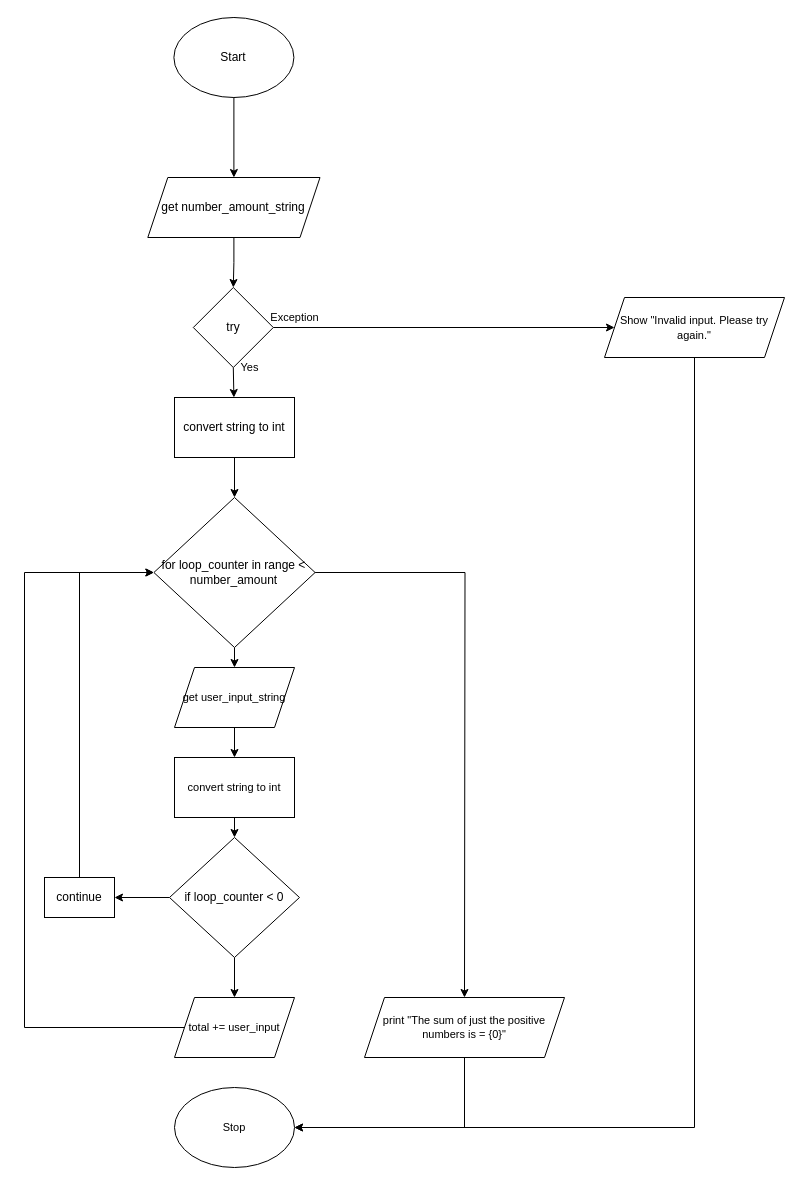
Aleksandr-Ten/ICS3U-Unit4-06-Python keeps this draw.io diagram as flowchart.drawio. Above is the earlier version. Source tidied: cells renumbered, new cells numbered last; positions are measured from the earlier drawing's top-left corner, leaving out a move shared by most shapes. Both pictures are drawn from the tidied source at 100%, with x=0, y=0 at pixel (24, 17).
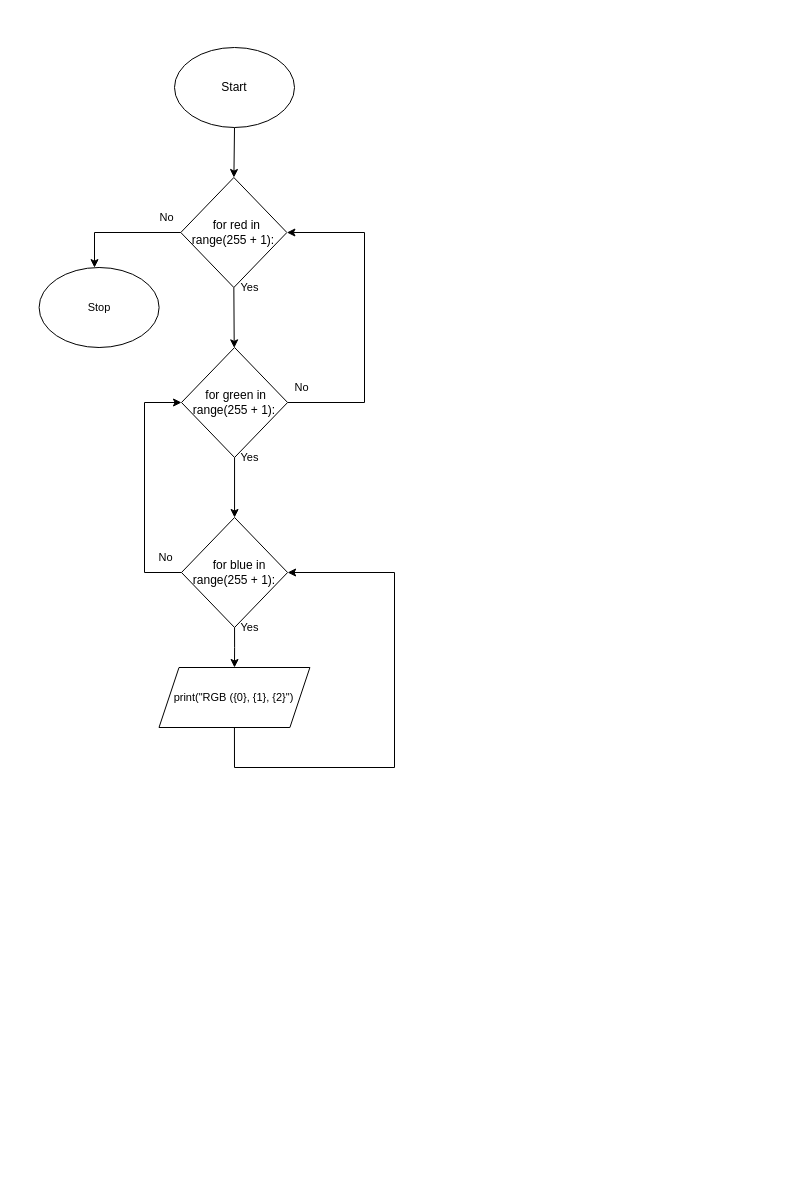
Above is the later version.

Change to the diagram source:
```diff
@@
-    <mxCell id="2" style="edgeStyle=none;html=1;exitX=0.5;exitY=1;exitDx=0;exitDy=0;" parent="1" edge="1" source="3" target="18">
-      <mxGeometry relative="1" as="geometry" />
+    <mxCell id="2" style="edgeStyle=none;html=1;exitX=0.5;exitY=1;exitDx=0;exitDy=0;" parent="1" edge="1" source="3">
+      <mxGeometry relative="1" as="geometry">
+        <mxPoint x="209.4" y="160" as="targetPoint" />
+      </mxGeometry>
     </mxCell>
     <mxCell id="3" value="Start" style="ellipse;whiteSpace=wrap;html=1;" parent="1" vertex="1">
-      <mxGeometry x="149.4" width="120" height="80" as="geometry" />
+      <mxGeometry x="150" y="30" width="120" height="80" as="geometry" />
     </mxCell>
-    <mxCell id="4" style="edgeStyle=none;html=1;exitX=0.5;exitY=1;exitDx=0;exitDy=0;" parent="1" edge="1" source="6" target="8">
-      <mxGeometry relative="1" as="geometry" />
-    </mxCell>
-    <mxCell id="5" style="edgeStyle=orthogonalEdgeStyle;shape=connector;rounded=0;html=1;exitX=1;exitY=0.5;exitDx=0;exitDy=0;labelBackgroundColor=default;fontFamily=Helvetica;fontSize=11;fontColor=default;endArrow=classic;strokeColor=default;" parent="1" edge="1" source="6" target="16">
-      <mxGeometry relative="1" as="geometry" />
-    </mxCell>
-    <mxCell id="6" value="try" style="rhombus;whiteSpace=wrap;html=1;" parent="1" vertex="1">
-      <mxGeometry x="168.8" y="270" width="80" height="80" as="geometry" />
-    </mxCell>
-    <mxCell id="7" style="edgeStyle=none;html=1;exitX=0.5;exitY=1;exitDx=0;exitDy=0;" parent="1" edge="1" source="8" target="11">
-      <mxGeometry relative="1" as="geometry" />
-    </mxCell>
-    <mxCell id="8" value="convert string to int" style="rounded=0;whiteSpace=wrap;html=1;" parent="1" vertex="1">
-      <mxGeometry x="150" y="380" width="120" height="60" as="geometry" />
-    </mxCell>
-    <mxCell id="9" style="edgeStyle=orthogonalEdgeStyle;shape=connector;rounded=0;html=1;exitX=0.5;exitY=1;exitDx=0;exitDy=0;labelBackgroundColor=default;fontFamily=Helvetica;fontSize=11;fontColor=default;endArrow=classic;strokeColor=default;" parent="1" edge="1" source="11" target="27">
-      <mxGeometry relative="1" as="geometry" />
-    </mxCell>
-    <mxCell id="10" style="edgeStyle=orthogonalEdgeStyle;shape=connector;rounded=0;html=1;exitX=1;exitY=0.5;exitDx=0;exitDy=0;labelBackgroundColor=default;fontFamily=Helvetica;fontSize=11;fontColor=default;endArrow=classic;strokeColor=default;" parent="1" edge="1" source="11">
-      <mxGeometry relative="1" as="geometry">
-        <mxPoint x="440" y="980" as="targetPoint" />
-      </mxGeometry>
-    </mxCell>
-    <mxCell id="11" value="for loop_counter in range &amp;lt; number_amount" style="rhombus;whiteSpace=wrap;html=1;" parent="1" vertex="1">
-      <mxGeometry x="129.4" y="480" width="161.2" height="150" as="geometry" />
-    </mxCell>
     <mxCell id="12" value="Stop" style="ellipse;whiteSpace=wrap;html=1;fontFamily=Helvetica;fontSize=11;fontColor=default;" parent="1" vertex="1">
-      <mxGeometry x="150" y="1070" width="120" height="80" as="geometry" />
+      <mxGeometry x="14.6" y="250" width="120" height="80" as="geometry" />
     </mxCell>
-    <mxCell id="13" value="Yes" style="text;html=1;align=center;verticalAlign=middle;fillColor=none;strokeColor=none;rounded=0;fontFamily=Helvetica;fontSize=11;fontColor=default;" parent="1" vertex="1">
-      <mxGeometry x="210" y="340" width="30" height="20" as="geometry" />
-    </mxCell>
-    <mxCell id="14" value="Exception" style="text;html=1;align=center;verticalAlign=middle;fillColor=none;strokeColor=none;rounded=0;fontFamily=Helvetica;fontSize=11;fontColor=default;" parent="1" vertex="1">
-      <mxGeometry x="240" y="290" width="60" height="20" as="geometry" />
-    </mxCell>
-    <mxCell id="15" style="edgeStyle=orthogonalEdgeStyle;shape=connector;rounded=0;html=1;exitX=0.5;exitY=1;exitDx=0;exitDy=0;entryX=1;entryY=0.5;entryDx=0;entryDy=0;labelBackgroundColor=default;fontFamily=Helvetica;fontSize=11;fontColor=default;endArrow=classic;strokeColor=default;" parent="1" edge="1" source="16" target="12">
-      <mxGeometry relative="1" as="geometry" />
-    </mxCell>
-    <mxCell id="16" value="&lt;font style=&quot;font-size: 11px&quot;&gt;Show &quot;Invalid input. Please try again.&quot;&lt;/font&gt;" style="shape=parallelogram;perimeter=parallelogramPerimeter;whiteSpace=wrap;html=1;fixedSize=1;" parent="1" vertex="1">
-      <mxGeometry x="580" y="280" width="180" height="60" as="geometry" />
-    </mxCell>
-    <mxCell id="17" style="edgeStyle=orthogonalEdgeStyle;shape=connector;rounded=0;html=1;exitX=0.5;exitY=1;exitDx=0;exitDy=0;entryX=0.5;entryY=0;entryDx=0;entryDy=0;labelBackgroundColor=default;fontFamily=Helvetica;fontSize=11;fontColor=default;endArrow=classic;strokeColor=default;" parent="1" edge="1" source="18" target="6">
-      <mxGeometry relative="1" as="geometry" />
-    </mxCell>
-    <mxCell id="18" value="get number_amount_string" style="shape=parallelogram;perimeter=parallelogramPerimeter;whiteSpace=wrap;html=1;fixedSize=1;" parent="1" vertex="1">
-      <mxGeometry x="123.3" y="160" width="172.2" height="60" as="geometry" />
-    </mxCell>
-    <mxCell id="19" style="edgeStyle=none;html=1;exitX=0;exitY=0.5;exitDx=0;exitDy=0;" parent="1" edge="1" source="21" target="23">
-      <mxGeometry relative="1" as="geometry" />
-    </mxCell>
-    <mxCell id="20" style="edgeStyle=orthogonalEdgeStyle;shape=connector;rounded=0;html=1;exitX=0.5;exitY=1;exitDx=0;exitDy=0;labelBackgroundColor=default;fontFamily=Helvetica;fontSize=11;fontColor=default;endArrow=classic;strokeColor=default;" parent="1" edge="1" source="21" target="25">
-      <mxGeometry relative="1" as="geometry" />
-    </mxCell>
-    <mxCell id="21" value="if loop_counter &amp;lt; 0" style="rhombus;whiteSpace=wrap;html=1;" parent="1" vertex="1">
-      <mxGeometry x="145" y="820" width="130" height="120" as="geometry" />
-    </mxCell>
-    <mxCell id="22" style="edgeStyle=orthogonalEdgeStyle;html=1;exitX=0.5;exitY=0;exitDx=0;exitDy=0;entryX=0;entryY=0.5;entryDx=0;entryDy=0;rounded=0;" parent="1" edge="1" source="23" target="11">
-      <mxGeometry relative="1" as="geometry" />
-    </mxCell>
-    <mxCell id="23" value="continue" style="rounded=0;whiteSpace=wrap;html=1;" parent="1" vertex="1">
-      <mxGeometry x="20" y="860" width="70" height="40" as="geometry" />
-    </mxCell>
-    <mxCell id="24" style="edgeStyle=orthogonalEdgeStyle;shape=connector;rounded=0;html=1;exitX=0;exitY=0.5;exitDx=0;exitDy=0;entryX=0;entryY=0.5;entryDx=0;entryDy=0;labelBackgroundColor=default;fontFamily=Helvetica;fontSize=11;fontColor=default;endArrow=classic;strokeColor=default;" parent="1" edge="1" source="25" target="11">
-      <mxGeometry relative="1" as="geometry">
-        <Array as="points">
-          <mxPoint y="1010" />
-          <mxPoint y="555" />
-        </Array>
-      </mxGeometry>
-    </mxCell>
-    <mxCell id="25" value="total += user_input" style="shape=parallelogram;perimeter=parallelogramPerimeter;whiteSpace=wrap;html=1;fixedSize=1;fontFamily=Helvetica;fontSize=11;fontColor=default;" parent="1" vertex="1">
-      <mxGeometry x="150" y="980" width="120" height="60" as="geometry" />
-    </mxCell>
-    <mxCell id="26" style="edgeStyle=orthogonalEdgeStyle;shape=connector;rounded=0;html=1;exitX=0.5;exitY=1;exitDx=0;exitDy=0;labelBackgroundColor=default;fontFamily=Helvetica;fontSize=11;fontColor=default;endArrow=classic;strokeColor=default;" parent="1" edge="1" source="27" target="29">
-      <mxGeometry relative="1" as="geometry" />
-    </mxCell>
-    <mxCell id="27" value="get user_input_string" style="shape=parallelogram;perimeter=parallelogramPerimeter;whiteSpace=wrap;html=1;fixedSize=1;fontFamily=Helvetica;fontSize=11;fontColor=default;" parent="1" vertex="1">
-      <mxGeometry x="150" y="650" width="120" height="60" as="geometry" />
-    </mxCell>
-    <mxCell id="28" style="edgeStyle=orthogonalEdgeStyle;shape=connector;rounded=0;html=1;exitX=0.5;exitY=1;exitDx=0;exitDy=0;entryX=0.5;entryY=0;entryDx=0;entryDy=0;labelBackgroundColor=default;fontFamily=Helvetica;fontSize=11;fontColor=default;endArrow=classic;strokeColor=default;" parent="1" edge="1" source="29" target="21">
-      <mxGeometry relative="1" as="geometry" />
-    </mxCell>
-    <mxCell id="29" value="convert string to int" style="rounded=0;whiteSpace=wrap;html=1;fontFamily=Helvetica;fontSize=11;fontColor=default;" parent="1" vertex="1">
-      <mxGeometry x="150" y="740" width="120" height="60" as="geometry" />
-    </mxCell>
+    <mxCell id="32" style="edgeStyle=none;html=1;exitX=0.5;exitY=1;exitDx=0;exitDy=0;" parent="1" edge="1" source="30" target="36">
+      <mxGeometry relative="1" as="geometry" />
+    </mxCell>
+    <mxCell id="33" style="edgeStyle=orthogonalEdgeStyle;shape=connector;rounded=0;html=1;exitX=0;exitY=0.5;exitDx=0;exitDy=0;labelBackgroundColor=default;fontFamily=Helvetica;fontSize=11;fontColor=default;endArrow=classic;strokeColor=default;" parent="1" edge="1" source="30" target="12">
+      <mxGeometry relative="1" as="geometry">
+        <Array as="points">
+          <mxPoint x="70" y="215" />
+        </Array>
+      </mxGeometry>
+    </mxCell>
-    <mxCell id="30" style="edgeStyle=orthogonalEdgeStyle;shape=connector;rounded=0;html=1;entryX=1;entryY=0.5;entryDx=0;entryDy=0;labelBackgroundColor=default;fontFamily=Helvetica;fontSize=11;fontColor=default;endArrow=classic;strokeColor=default;" parent="1" edge="1" source="31" target="12">
-      <mxGeometry relative="1" as="geometry">
-        <Array as="points">
-          <mxPoint x="440" y="1110" />
-        </Array>
-      </mxGeometry>
+    <mxCell id="30" value="&amp;nbsp; for red in range(255 + 1):" style="rhombus;whiteSpace=wrap;html=1;" parent="1" vertex="1">
+      <mxGeometry x="156.3" y="160" width="106.1" height="110" as="geometry" />
     </mxCell>
-    <mxCell id="31" value="print&amp;nbsp;&quot;The sum of just the positive numbers is = {0}&quot;" style="shape=parallelogram;perimeter=parallelogramPerimeter;whiteSpace=wrap;html=1;fixedSize=1;fontFamily=Helvetica;fontSize=11;fontColor=default;" parent="1" vertex="1">
-      <mxGeometry x="340" y="980" width="200" height="60" as="geometry" />
-    </mxCell>
+    <mxCell id="34" style="edgeStyle=none;html=1;exitX=0.5;exitY=1;exitDx=0;exitDy=0;" parent="1" edge="1" source="36" target="39">
+      <mxGeometry relative="1" as="geometry" />
+    </mxCell>
+    <mxCell id="35" style="edgeStyle=orthogonalEdgeStyle;html=1;exitX=1;exitY=0.5;exitDx=0;exitDy=0;entryX=1;entryY=0.5;entryDx=0;entryDy=0;rounded=0;" parent="1" edge="1" source="36" target="30">
+      <mxGeometry relative="1" as="geometry">
+        <Array as="points">
+          <mxPoint x="340" y="385" />
+          <mxPoint x="340" y="215" />
+        </Array>
+      </mxGeometry>
+    </mxCell>
+    <mxCell id="36" value="&amp;nbsp;for green in range(255 + 1):" style="rhombus;whiteSpace=wrap;html=1;" parent="1" vertex="1">
+      <mxGeometry x="157" y="330" width="106.1" height="110" as="geometry" />
+    </mxCell>
+    <mxCell id="37" style="edgeStyle=orthogonalEdgeStyle;shape=connector;rounded=0;html=1;exitX=0.5;exitY=1;exitDx=0;exitDy=0;labelBackgroundColor=default;fontFamily=Helvetica;fontSize=11;fontColor=default;endArrow=classic;strokeColor=default;" parent="1" edge="1" source="39" target="41">
+      <mxGeometry relative="1" as="geometry" />
+    </mxCell>
+    <mxCell id="38" style="edgeStyle=orthogonalEdgeStyle;shape=connector;rounded=0;html=1;exitX=0;exitY=0.5;exitDx=0;exitDy=0;entryX=0;entryY=0.5;entryDx=0;entryDy=0;labelBackgroundColor=default;fontFamily=Helvetica;fontSize=11;fontColor=default;endArrow=classic;strokeColor=default;" parent="1" edge="1" source="39" target="36">
+      <mxGeometry relative="1" as="geometry">
+        <Array as="points">
+          <mxPoint x="120" y="555" />
+          <mxPoint x="120" y="385" />
+        </Array>
+      </mxGeometry>
+    </mxCell>
+    <mxCell id="39" value="&amp;nbsp; &amp;nbsp;for blue in range(255 + 1):" style="rhombus;whiteSpace=wrap;html=1;" parent="1" vertex="1">
+      <mxGeometry x="157" y="500" width="106.1" height="110" as="geometry" />
+    </mxCell>
+    <mxCell id="40" style="edgeStyle=orthogonalEdgeStyle;shape=connector;rounded=0;html=1;exitX=0.5;exitY=1;exitDx=0;exitDy=0;entryX=1;entryY=0.5;entryDx=0;entryDy=0;labelBackgroundColor=default;fontFamily=Helvetica;fontSize=11;fontColor=default;endArrow=classic;strokeColor=default;" parent="1" edge="1" source="41" target="39">
+      <mxGeometry relative="1" as="geometry">
+        <Array as="points">
+          <mxPoint x="210" y="750" />
+          <mxPoint x="370" y="750" />
+          <mxPoint x="370" y="555" />
+        </Array>
+      </mxGeometry>
+    </mxCell>
+    <mxCell id="41" value="print(&quot;RGB ({0}, {1}, {2}&quot;)" style="shape=parallelogram;perimeter=parallelogramPerimeter;whiteSpace=wrap;html=1;fixedSize=1;fontFamily=Helvetica;fontSize=11;fontColor=default;" parent="1" vertex="1">
+      <mxGeometry x="134.5" y="650" width="150.9" height="60" as="geometry" />
+    </mxCell>
+    <mxCell id="42" value="Yes" style="text;html=1;align=center;verticalAlign=middle;fillColor=none;strokeColor=none;rounded=0;fontFamily=Helvetica;fontSize=11;fontColor=default;" parent="1" vertex="1">
+      <mxGeometry x="210" y="260" width="30" height="20" as="geometry" />
+    </mxCell>
+    <mxCell id="43" value="Yes" style="text;html=1;align=center;verticalAlign=middle;fillColor=none;strokeColor=none;rounded=0;fontFamily=Helvetica;fontSize=11;fontColor=default;" parent="1" vertex="1">
+      <mxGeometry x="210" y="430" width="30" height="20" as="geometry" />
+    </mxCell>
+    <mxCell id="44" value="Yes" style="text;html=1;align=center;verticalAlign=middle;fillColor=none;strokeColor=none;rounded=0;fontFamily=Helvetica;fontSize=11;fontColor=default;" parent="1" vertex="1">
+      <mxGeometry x="210" y="600" width="30" height="20" as="geometry" />
+    </mxCell>
+    <mxCell id="45" value="No" style="text;html=1;align=center;verticalAlign=middle;fillColor=none;strokeColor=none;rounded=0;fontFamily=Helvetica;fontSize=11;fontColor=default;" parent="1" vertex="1">
+      <mxGeometry x="126.3" y="530" width="30" height="20" as="geometry" />
+    </mxCell>
+    <mxCell id="46" value="No" style="text;html=1;align=center;verticalAlign=middle;fillColor=none;strokeColor=none;rounded=0;fontFamily=Helvetica;fontSize=11;fontColor=default;" parent="1" vertex="1">
+      <mxGeometry x="262.4" y="360" width="30" height="20" as="geometry" />
+    </mxCell>
+    <mxCell id="47" value="No" style="text;html=1;align=center;verticalAlign=middle;fillColor=none;strokeColor=none;rounded=0;fontFamily=Helvetica;fontSize=11;fontColor=default;" parent="1" vertex="1">
+      <mxGeometry x="127" y="190" width="30" height="20" as="geometry" />
+    </mxCell>
```
